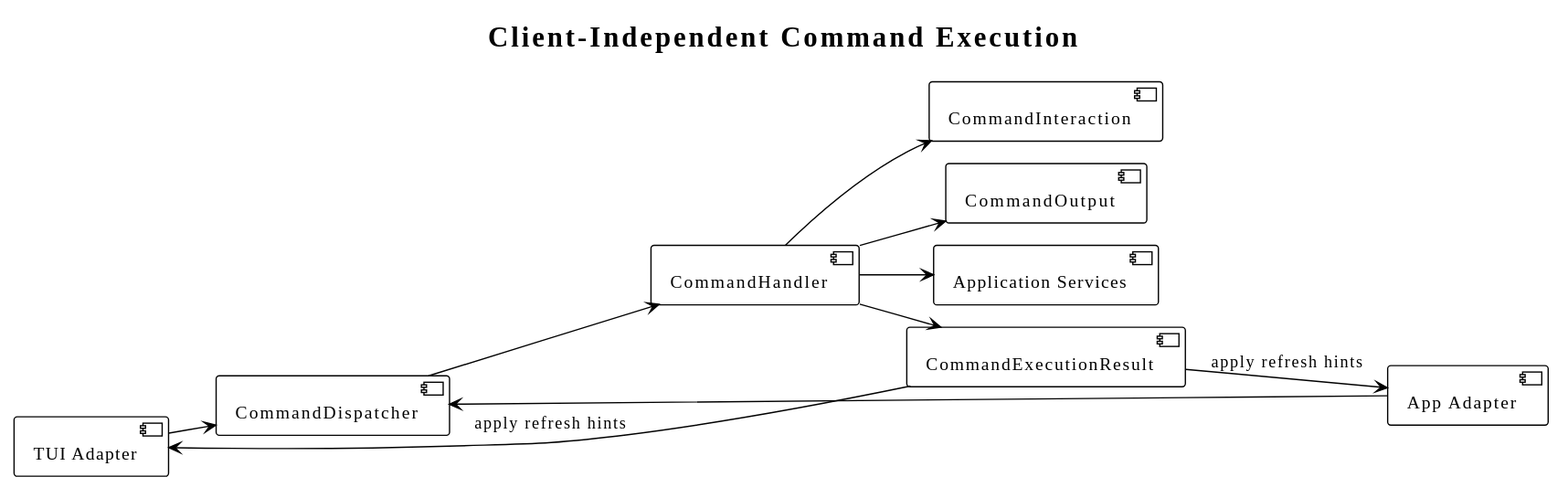
superheromeZzh/pi-mono-java-design keeps this PlantUML diagram as diagrams/command/10-client-adaptation.svg. Above is the earlier version. Its diagram source:
```plantuml
@startuml
!theme plain
!pragma layout smetana
skinparam defaultFontName "SansSerif"
skinparam shadowing false
skinparam backgroundColor transparent
title Client-Independent Command Execution

left to right direction
component "TUI Adapter" as TUI
component "App Adapter" as App
component CommandDispatcher as Dispatcher
component CommandHandler as Handler
component CommandInteraction as Interaction
component CommandOutput as Output
component CommandExecutionResult as Result
component "Application Services" as Services

TUI --> Dispatcher
App --> Dispatcher
Dispatcher --> Handler
Handler --> Interaction
Handler --> Output
Handler --> Services
Handler --> Result
Result --> TUI : apply refresh hints
Result --> App : apply refresh hints
@enduml
```
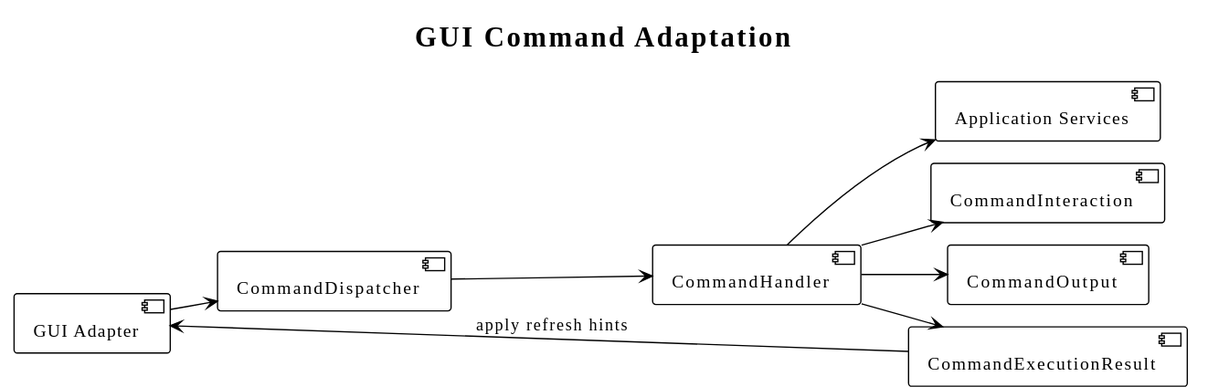
After the change.

The edit, as a diff of the source:
```diff
@@ -4,11 +4,10 @@
 skinparam defaultFontName "SansSerif"
 skinparam shadowing false
 skinparam backgroundColor transparent
-title Client-Independent Command Execution
+title GUI Command Adaptation
 
 left to right direction
-component "TUI Adapter" as TUI
-component "App Adapter" as App
+component "GUI Adapter" as GUI
 component CommandDispatcher as Dispatcher
 component CommandHandler as Handler
 component CommandInteraction as Interaction
@@ -16,13 +15,11 @@
 component CommandExecutionResult as Result
 component "Application Services" as Services
 
-TUI --> Dispatcher
-App --> Dispatcher
+GUI --> Dispatcher
 Dispatcher --> Handler
 Handler --> Interaction
 Handler --> Output
 Handler --> Services
 Handler --> Result
-Result --> TUI : apply refresh hints
-Result --> App : apply refresh hints
+Result --> GUI : apply refresh hints
 @enduml
```
